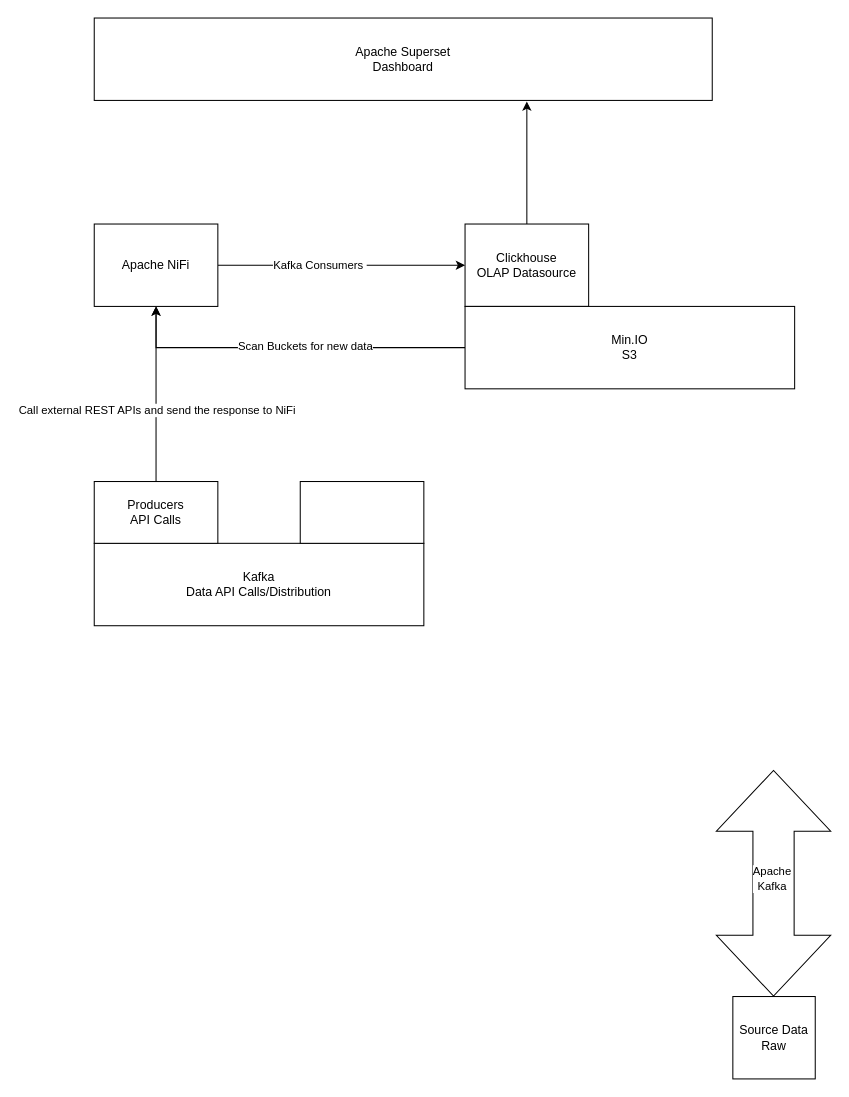
Above: architecture.drawio in jackgray/spotlight (draw.io), before the change. Source tidied: cells renumbered, new cells numbered last; positions are measured from the earlier drawing's top-left corner, leaving out a move shared by most shapes. Both pictures are drawn from the tidied source at 103%, with x=0, y=0 at pixel (94, 18).
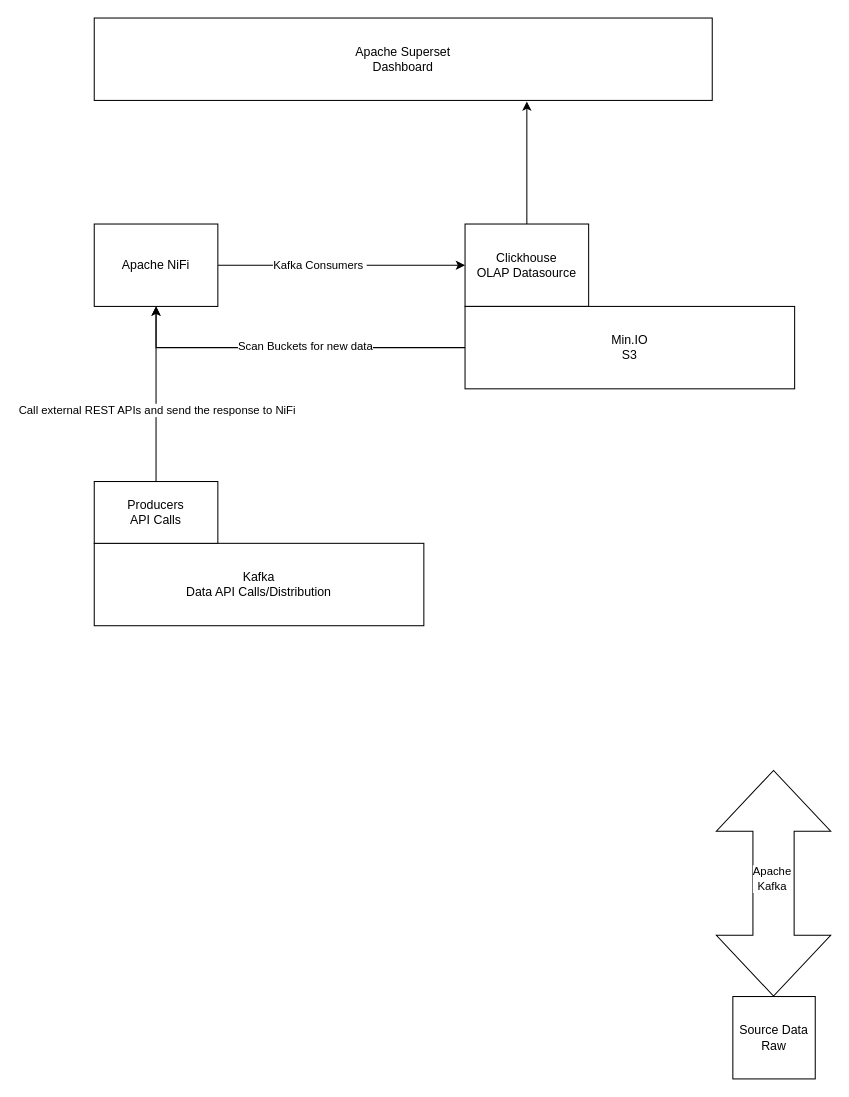
The same diagram, later.

Change to the diagram source:
```diff
@@
-    <mxCell id="12" style="rounded=0;whiteSpace=wrap;html=1;" parent="1" vertex="1">
-      <mxGeometry x="200" y="450" width="120" height="60" as="geometry" />
-    </mxCell>
```
